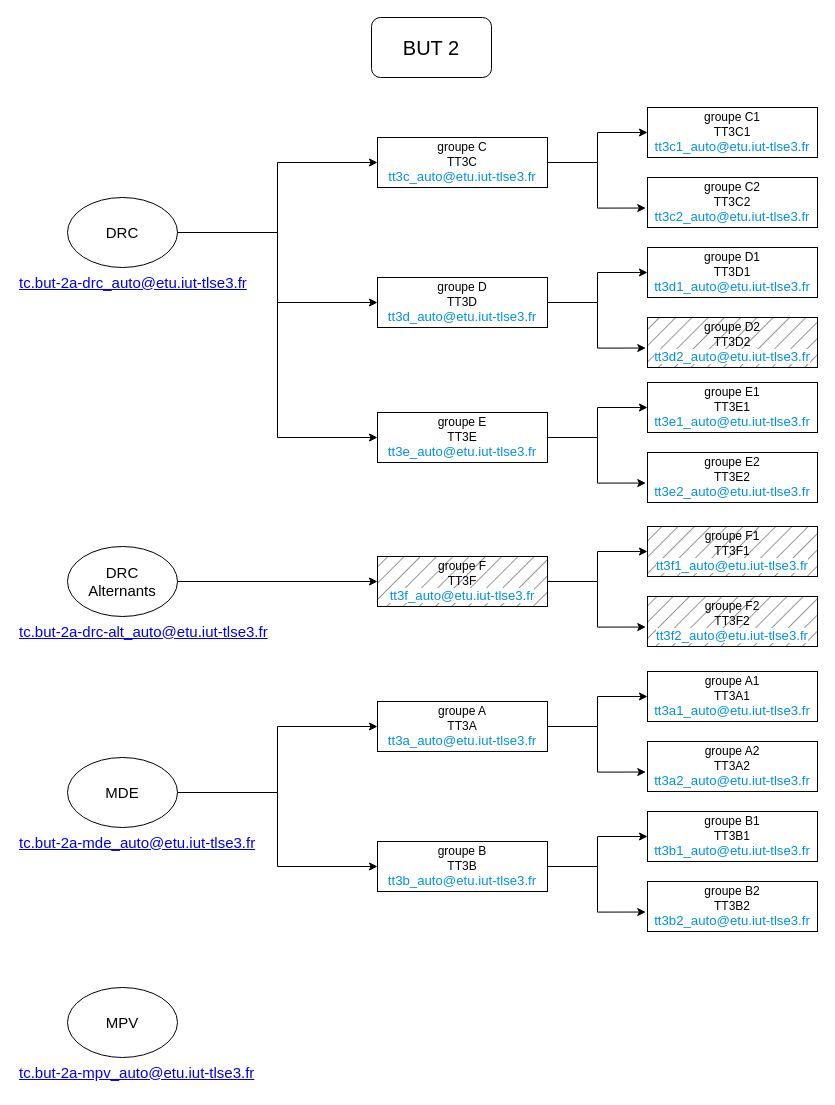
Above: BUT2.drawio in gI7DUmmY/diagrams (draw.io), before the change. Source tidied: cells renumbered, new cells numbered last; positions are measured from the earlier drawing's top-left corner, leaving out a move shared by most shapes. Both pictures are drawn from the tidied source at 100%, with x=0, y=0 at pixel (17, 17).
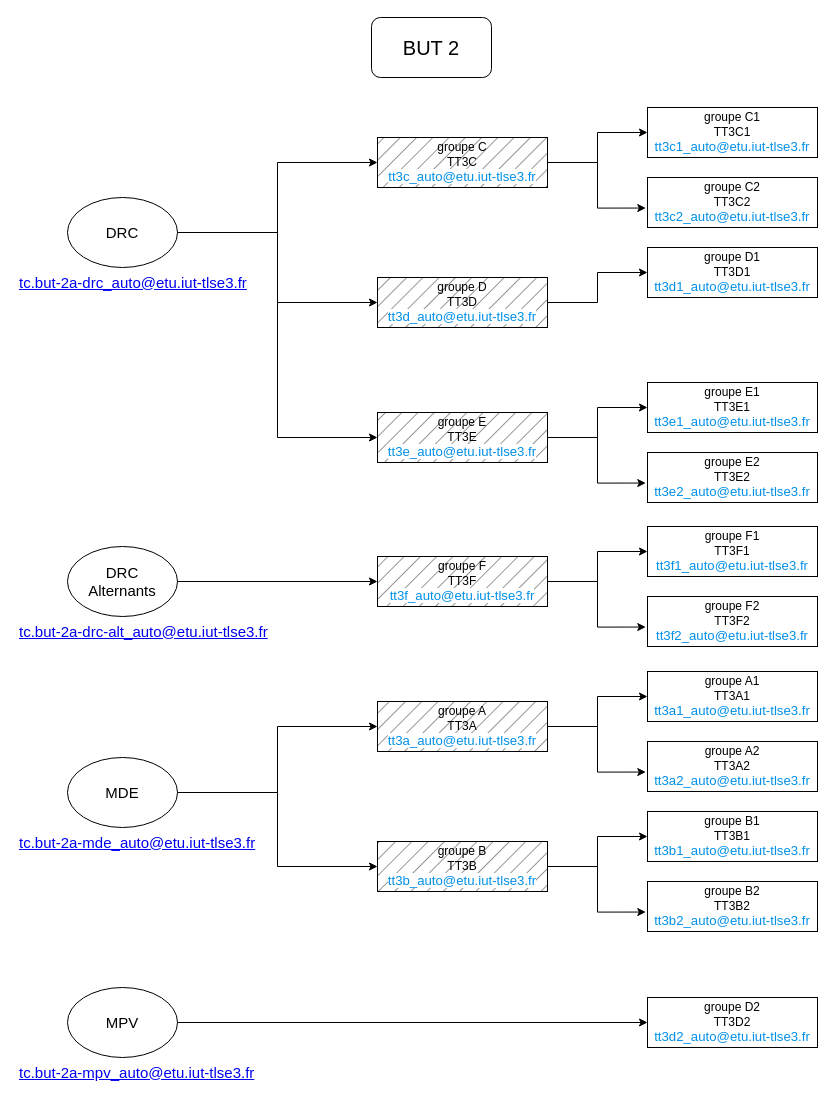
Above is the later version.

Commit message:
Mettre à jour BUT2.drawio

The change refers to these unchanged cells:
```xml
<mxCell id="45" value="MPV" style="ellipse;whiteSpace=wrap;html=1;fontSize=15;" parent="1" vertex="1">
  <mxGeometry x="50" y="970" width="110" height="70" as="geometry" />
</mxCell>
```

The edit, as a diff of the source:
```diff
@@
-    <mxCell id="15" value="groupe C&lt;br style=&quot;border-color: var(--border-color);&quot;&gt;TT3C&lt;br style=&quot;border-color: var(--border-color);&quot;&gt;&lt;a style=&quot;border: 0px; box-sizing: inherit; font-family: Raleway, sans-serif; font-size: 1.1em; background-color: rgb(255, 255, 255); line-height: inherit; color: rgb(0, 144, 233); text-decoration-line: none; cursor: pointer; margin: 0px; padding: 0px; text-size-adjust: 100%; font-variant-numeric: inherit; font-variant-east-asian: inherit; font-variant-alternates: inherit; font-variant-position: inherit; font-stretch: inherit; font-optical-sizing: inherit; font-kerning: inherit; font-feature-settings: inherit; font-variation-settings: inherit; vertical-align: baseline; transition: background-color 300ms ease-out 0s; -webkit-tap-highlight-color: rgba(0, 0, 0, 0); text-align: left;&quot; href=&quot;mailto:tt3c_auto@etu.iut-tlse3.fr&quot;&gt;tt3c_auto@etu.iut-tlse3.fr&lt;/a&gt;" style="rounded=0;whiteSpace=wrap;html=1;" parent="1" vertex="1">
+    <mxCell id="15" value="groupe C&lt;br style=&quot;border-color: var(--border-color);&quot;&gt;TT3C&lt;br style=&quot;border-color: var(--border-color);&quot;&gt;&lt;a style=&quot;border: 0px; box-sizing: inherit; font-family: Raleway, sans-serif; font-size: 1.1em; background-color: rgb(255, 255, 255); line-height: inherit; color: rgb(0, 144, 233); text-decoration-line: none; cursor: pointer; margin: 0px; padding: 0px; text-size-adjust: 100%; font-variant-numeric: inherit; font-variant-east-asian: inherit; font-variant-alternates: inherit; font-variant-position: inherit; font-stretch: inherit; font-optical-sizing: inherit; font-kerning: inherit; font-feature-settings: inherit; font-variation-settings: inherit; vertical-align: baseline; transition: background-color 300ms ease-out 0s; -webkit-tap-highlight-color: rgba(0, 0, 0, 0); text-align: left;&quot; href=&quot;mailto:tt3c_auto@etu.iut-tlse3.fr&quot;&gt;tt3c_auto@etu.iut-tlse3.fr&lt;/a&gt;" style="rounded=0;whiteSpace=wrap;html=1;fillStyle=hatch;fillColor=#747474;" parent="1" vertex="1">
       <mxGeometry x="360" y="120" width="170" height="50" as="geometry" />
     </mxCell>
@@
-    <mxCell id="20" value="groupe D&lt;br style=&quot;border-color: var(--border-color);&quot;&gt;TT3D&lt;br style=&quot;border-color: var(--border-color);&quot;&gt;&lt;a style=&quot;border: 0px; box-sizing: inherit; font-family: Raleway, sans-serif; font-size: 1.1em; background-color: rgb(255, 255, 255); line-height: inherit; color: rgb(0, 144, 233); text-decoration-line: none; cursor: pointer; margin: 0px; padding: 0px; text-size-adjust: 100%; font-variant-numeric: inherit; font-variant-east-asian: inherit; font-variant-alternates: inherit; font-variant-position: inherit; font-stretch: inherit; font-optical-sizing: inherit; font-kerning: inherit; font-feature-settings: inherit; font-variation-settings: inherit; vertical-align: baseline; transition: background-color 300ms ease-out 0s; -webkit-tap-highlight-color: rgba(0, 0, 0, 0); text-align: left;&quot; href=&quot;mailto:tt3d_auto@etu.iut-tlse3.fr&quot;&gt;tt3d_auto@etu.iut-tlse3.fr&lt;/a&gt;" style="rounded=0;whiteSpace=wrap;html=1;" parent="1" vertex="1">
+    <mxCell id="20" value="groupe D&lt;br style=&quot;border-color: var(--border-color);&quot;&gt;TT3D&lt;br style=&quot;border-color: var(--border-color);&quot;&gt;&lt;a style=&quot;border: 0px; box-sizing: inherit; font-family: Raleway, sans-serif; font-size: 1.1em; background-color: rgb(255, 255, 255); line-height: inherit; color: rgb(0, 144, 233); text-decoration-line: none; cursor: pointer; margin: 0px; padding: 0px; text-size-adjust: 100%; font-variant-numeric: inherit; font-variant-east-asian: inherit; font-variant-alternates: inherit; font-variant-position: inherit; font-stretch: inherit; font-optical-sizing: inherit; font-kerning: inherit; font-feature-settings: inherit; font-variation-settings: inherit; vertical-align: baseline; transition: background-color 300ms ease-out 0s; -webkit-tap-highlight-color: rgba(0, 0, 0, 0); text-align: left;&quot; href=&quot;mailto:tt3d_auto@etu.iut-tlse3.fr&quot;&gt;tt3d_auto@etu.iut-tlse3.fr&lt;/a&gt;" style="rounded=0;whiteSpace=wrap;html=1;fillStyle=hatch;fillColor=#747474;" parent="1" vertex="1">
       <mxGeometry x="360" y="260" width="170" height="50" as="geometry" />
     </mxCell>
@@
-    <mxCell id="22" value="groupe D2&lt;br style=&quot;border-color: var(--border-color);&quot;&gt;TT3D2&lt;br style=&quot;border-color: var(--border-color);&quot;&gt;&lt;a style=&quot;box-sizing: inherit; font-family: Raleway, sans-serif; font-size: 1.1em; background-color: rgb(255, 255, 255); line-height: inherit; color: rgb(0, 144, 233); text-decoration-line: none; cursor: pointer; margin: 0px; padding: 0px; border: 0px; text-size-adjust: 100%; font-variant-numeric: inherit; font-variant-east-asian: inherit; font-variant-alternates: inherit; font-variant-position: inherit; font-stretch: inherit; font-optical-sizing: inherit; font-kerning: inherit; font-feature-settings: inherit; font-variation-settings: inherit; vertical-align: baseline; transition: background-color 300ms ease-out 0s; -webkit-tap-highlight-color: rgba(0, 0, 0, 0); text-align: left;&quot; href=&quot;mailto:tt3d2_auto@etu.iut-tlse3.fr&quot;&gt;tt3d2_auto@etu.iut-tlse3.fr&lt;/a&gt;" style="rounded=0;whiteSpace=wrap;html=1;fillStyle=hatch;fillColor=#747474;" parent="1" vertex="1">
-      <mxGeometry x="630" y="300" width="170" height="50" as="geometry" />
-    </mxCell>
-    <mxCell id="23" style="edgeStyle=orthogonalEdgeStyle;rounded=0;jettySize=auto;html=1;exitX=1;exitY=0.5;exitDx=0;exitDy=0;entryX=-0.01;entryY=0.611;entryDx=0;entryDy=0;entryPerimeter=0;" parent="1" edge="1" source="20" target="22">
-      <mxGeometry relative="1" as="geometry" />
-    </mxCell>
@@
-    <mxCell id="26" value="groupe E&lt;br style=&quot;border-color: var(--border-color);&quot;&gt;TT3E&lt;br style=&quot;border-color: var(--border-color);&quot;&gt;&lt;a style=&quot;border: 0px; box-sizing: inherit; font-family: Raleway, sans-serif; font-size: 1.1em; background-color: rgb(255, 255, 255); line-height: inherit; color: rgb(0, 144, 233); text-decoration-line: none; cursor: pointer; margin: 0px; padding: 0px; text-size-adjust: 100%; font-variant-numeric: inherit; font-variant-east-asian: inherit; font-variant-alternates: inherit; font-variant-position: inherit; font-stretch: inherit; font-optical-sizing: inherit; font-kerning: inherit; font-feature-settings: inherit; font-variation-settings: inherit; vertical-align: baseline; transition: background-color 300ms ease-out 0s; -webkit-tap-highlight-color: rgba(0, 0, 0, 0); text-align: left;&quot; href=&quot;mailto:tt3e_auto@etu.iut-tlse3.fr&quot;&gt;tt3e_auto@etu.iut-tlse3.fr&lt;/a&gt;" style="rounded=0;whiteSpace=wrap;html=1;" parent="1" vertex="1">
+    <mxCell id="26" value="groupe E&lt;br style=&quot;border-color: var(--border-color);&quot;&gt;TT3E&lt;br style=&quot;border-color: var(--border-color);&quot;&gt;&lt;a style=&quot;border: 0px; box-sizing: inherit; font-family: Raleway, sans-serif; font-size: 1.1em; background-color: rgb(255, 255, 255); line-height: inherit; color: rgb(0, 144, 233); text-decoration-line: none; cursor: pointer; margin: 0px; padding: 0px; text-size-adjust: 100%; font-variant-numeric: inherit; font-variant-east-asian: inherit; font-variant-alternates: inherit; font-variant-position: inherit; font-stretch: inherit; font-optical-sizing: inherit; font-kerning: inherit; font-feature-settings: inherit; font-variation-settings: inherit; vertical-align: baseline; transition: background-color 300ms ease-out 0s; -webkit-tap-highlight-color: rgba(0, 0, 0, 0); text-align: left;&quot; href=&quot;mailto:tt3e_auto@etu.iut-tlse3.fr&quot;&gt;tt3e_auto@etu.iut-tlse3.fr&lt;/a&gt;" style="rounded=0;whiteSpace=wrap;html=1;fillStyle=hatch;fillColor=#747474;" parent="1" vertex="1">
       <mxGeometry x="360" y="395" width="170" height="50" as="geometry" />
     </mxCell>
@@
-    <mxCell id="32" value="groupe F1&lt;br style=&quot;border-color: var(--border-color);&quot;&gt;TT3F1&lt;br style=&quot;border-color: var(--border-color);&quot;&gt;&lt;a style=&quot;box-sizing: inherit; font-family: Raleway, sans-serif; font-size: 1.1em; background-color: rgb(255, 255, 255); line-height: inherit; color: rgb(0, 144, 233); text-decoration-line: none; cursor: pointer; margin: 0px; padding: 0px; border: 0px; text-size-adjust: 100%; font-variant-numeric: inherit; font-variant-east-asian: inherit; font-variant-alternates: inherit; font-variant-position: inherit; font-stretch: inherit; font-optical-sizing: inherit; font-kerning: inherit; font-feature-settings: inherit; font-variation-settings: inherit; vertical-align: baseline; transition: background-color 300ms ease-out; -webkit-tap-highlight-color: rgba(0, 0, 0, 0); text-align: left;&quot; href=&quot;mailto:tt3f1_auto@etu.iut-tlse3.fr&quot;&gt;tt3f1_auto@etu.iut-tlse3.fr&lt;/a&gt;" style="rounded=0;whiteSpace=wrap;html=1;fillStyle=hatch;fillColor=#747474;" parent="1" vertex="1">
+    <mxCell id="32" value="groupe F1&lt;br style=&quot;border-color: var(--border-color);&quot;&gt;TT3F1&lt;br style=&quot;border-color: var(--border-color);&quot;&gt;&lt;a style=&quot;box-sizing: inherit; font-family: Raleway, sans-serif; font-size: 1.1em; background-color: rgb(255, 255, 255); line-height: inherit; color: rgb(0, 144, 233); text-decoration-line: none; cursor: pointer; margin: 0px; padding: 0px; border: 0px; text-size-adjust: 100%; font-variant-numeric: inherit; font-variant-east-asian: inherit; font-variant-alternates: inherit; font-variant-position: inherit; font-stretch: inherit; font-optical-sizing: inherit; font-kerning: inherit; font-feature-settings: inherit; font-variation-settings: inherit; vertical-align: baseline; transition: background-color 300ms ease-out; -webkit-tap-highlight-color: rgba(0, 0, 0, 0); text-align: left;&quot; href=&quot;mailto:tt3f1_auto@etu.iut-tlse3.fr&quot;&gt;tt3f1_auto@etu.iut-tlse3.fr&lt;/a&gt;" style="rounded=0;whiteSpace=wrap;html=1;fillStyle=hatch;fillColor=none;" parent="1" vertex="1">
       <mxGeometry x="630" y="509" width="170" height="50" as="geometry" />
     </mxCell>
-    <mxCell id="33" value="groupe F2&lt;br style=&quot;border-color: var(--border-color);&quot;&gt;TT3F2&lt;br style=&quot;border-color: var(--border-color);&quot;&gt;&lt;a href=&quot;mailto:tt3f2_auto@etu.iut-tlse3.fr&quot; style=&quot;box-sizing: inherit; font-family: Raleway, sans-serif; font-size: 1.1em; background-color: rgb(255, 255, 255); line-height: inherit; color: rgb(0, 144, 233); text-decoration-line: none; cursor: pointer; margin: 0px; padding: 0px; border: 0px; text-size-adjust: 100%; font-variant-numeric: inherit; font-variant-east-asian: inherit; font-variant-alternates: inherit; font-variant-position: inherit; font-stretch: inherit; font-optical-sizing: inherit; font-kerning: inherit; font-feature-settings: inherit; font-variation-settings: inherit; vertical-align: baseline; transition: background-color 300ms ease-out; -webkit-tap-highlight-color: rgba(0, 0, 0, 0); text-align: left;&quot;&gt;tt3f2_auto@etu.iut-tlse3.fr&lt;/a&gt;" style="rounded=0;whiteSpace=wrap;html=1;fillStyle=hatch;fillColor=#747474;" parent="1" vertex="1">
+    <mxCell id="33" value="groupe F2&lt;br style=&quot;border-color: var(--border-color);&quot;&gt;TT3F2&lt;br style=&quot;border-color: var(--border-color);&quot;&gt;&lt;a href=&quot;mailto:tt3f2_auto@etu.iut-tlse3.fr&quot; style=&quot;box-sizing: inherit; font-family: Raleway, sans-serif; font-size: 1.1em; background-color: rgb(255, 255, 255); line-height: inherit; color: rgb(0, 144, 233); text-decoration-line: none; cursor: pointer; margin: 0px; padding: 0px; border: 0px; text-size-adjust: 100%; font-variant-numeric: inherit; font-variant-east-asian: inherit; font-variant-alternates: inherit; font-variant-position: inherit; font-stretch: inherit; font-optical-sizing: inherit; font-kerning: inherit; font-feature-settings: inherit; font-variation-settings: inherit; vertical-align: baseline; transition: background-color 300ms ease-out; -webkit-tap-highlight-color: rgba(0, 0, 0, 0); text-align: left;&quot;&gt;tt3f2_auto@etu.iut-tlse3.fr&lt;/a&gt;" style="rounded=0;whiteSpace=wrap;html=1;fillStyle=hatch;fillColor=none;" parent="1" vertex="1">
       <mxGeometry x="630" y="579" width="170" height="50" as="geometry" />
     </mxCell>
@@
-    <mxCell id="36" value="groupe A&lt;br style=&quot;border-color: var(--border-color);&quot;&gt;TT3A&lt;br style=&quot;border-color: var(--border-color);&quot;&gt;&lt;a style=&quot;border: 0px; box-sizing: inherit; font-family: Raleway, sans-serif; font-size: 1.1em; background-color: rgb(255, 255, 255); line-height: inherit; color: rgb(0, 144, 233); text-decoration-line: none; cursor: pointer; margin: 0px; padding: 0px; text-size-adjust: 100%; font-variant-numeric: inherit; font-variant-east-asian: inherit; font-variant-alternates: inherit; font-variant-position: inherit; font-stretch: inherit; font-optical-sizing: inherit; font-kerning: inherit; font-feature-settings: inherit; font-variation-settings: inherit; vertical-align: baseline; transition: background-color 300ms ease-out 0s; -webkit-tap-highlight-color: rgba(0, 0, 0, 0); text-align: left;&quot; href=&quot;mailto:tt3a_auto@etu.iut-tlse3.fr&quot;&gt;tt3a_auto@etu.iut-tlse3.fr&lt;/a&gt;" style="rounded=0;whiteSpace=wrap;html=1;" parent="1" vertex="1">
+    <mxCell id="36" value="groupe A&lt;br style=&quot;border-color: var(--border-color);&quot;&gt;TT3A&lt;br style=&quot;border-color: var(--border-color);&quot;&gt;&lt;a style=&quot;border: 0px; box-sizing: inherit; font-family: Raleway, sans-serif; font-size: 1.1em; background-color: rgb(255, 255, 255); line-height: inherit; color: rgb(0, 144, 233); text-decoration-line: none; cursor: pointer; margin: 0px; padding: 0px; text-size-adjust: 100%; font-variant-numeric: inherit; font-variant-east-asian: inherit; font-variant-alternates: inherit; font-variant-position: inherit; font-stretch: inherit; font-optical-sizing: inherit; font-kerning: inherit; font-feature-settings: inherit; font-variation-settings: inherit; vertical-align: baseline; transition: background-color 300ms ease-out 0s; -webkit-tap-highlight-color: rgba(0, 0, 0, 0); text-align: left;&quot; href=&quot;mailto:tt3a_auto@etu.iut-tlse3.fr&quot;&gt;tt3a_auto@etu.iut-tlse3.fr&lt;/a&gt;" style="rounded=0;whiteSpace=wrap;html=1;fillStyle=hatch;fillColor=#747474;" parent="1" vertex="1">
       <mxGeometry x="360" y="684" width="170" height="50" as="geometry" />
     </mxCell>
@@
-    <mxCell id="41" value="groupe B&lt;br style=&quot;border-color: var(--border-color);&quot;&gt;TT3B&lt;br style=&quot;border-color: var(--border-color);&quot;&gt;&lt;a style=&quot;border: 0px; box-sizing: inherit; font-family: Raleway, sans-serif; font-size: 1.1em; background-color: rgb(255, 255, 255); line-height: inherit; color: rgb(0, 144, 233); text-decoration-line: none; cursor: pointer; margin: 0px; padding: 0px; text-size-adjust: 100%; font-variant-numeric: inherit; font-variant-east-asian: inherit; font-variant-alternates: inherit; font-variant-position: inherit; font-stretch: inherit; font-optical-sizing: inherit; font-kerning: inherit; font-feature-settings: inherit; font-variation-settings: inherit; vertical-align: baseline; transition: background-color 300ms ease-out 0s; -webkit-tap-highlight-color: rgba(0, 0, 0, 0); text-align: left;&quot; href=&quot;mailto:tt3b_auto@etu.iut-tlse3.fr&quot;&gt;tt3b_auto@etu.iut-tlse3.fr&lt;/a&gt;" style="rounded=0;whiteSpace=wrap;html=1;" parent="1" vertex="1">
+    <mxCell id="41" value="groupe B&lt;br style=&quot;border-color: var(--border-color);&quot;&gt;TT3B&lt;br style=&quot;border-color: var(--border-color);&quot;&gt;&lt;a style=&quot;border: 0px; box-sizing: inherit; font-family: Raleway, sans-serif; font-size: 1.1em; background-color: rgb(255, 255, 255); line-height: inherit; color: rgb(0, 144, 233); text-decoration-line: none; cursor: pointer; margin: 0px; padding: 0px; text-size-adjust: 100%; font-variant-numeric: inherit; font-variant-east-asian: inherit; font-variant-alternates: inherit; font-variant-position: inherit; font-stretch: inherit; font-optical-sizing: inherit; font-kerning: inherit; font-feature-settings: inherit; font-variation-settings: inherit; vertical-align: baseline; transition: background-color 300ms ease-out 0s; -webkit-tap-highlight-color: rgba(0, 0, 0, 0); text-align: left;&quot; href=&quot;mailto:tt3b_auto@etu.iut-tlse3.fr&quot;&gt;tt3b_auto@etu.iut-tlse3.fr&lt;/a&gt;" style="rounded=0;whiteSpace=wrap;html=1;fillStyle=hatch;fillColor=#747474;" parent="1" vertex="1">
       <mxGeometry x="360" y="824" width="170" height="50" as="geometry" />
     </mxCell>
@@
+    <mxCell id="47" style="edgeStyle=orthogonalEdgeStyle;rounded=0;jettySize=auto;html=1;exitX=1;exitY=0.5;exitDx=0;exitDy=0;entryX=0;entryY=0.5;entryDx=0;entryDy=0;" parent="1" edge="1" source="45" target="22">
+      <mxGeometry relative="1" as="geometry" />
+    </mxCell>
@@
+    <mxCell id="22" value="groupe D2&lt;br style=&quot;border-color: var(--border-color);&quot;&gt;TT3D2&lt;br style=&quot;border-color: var(--border-color);&quot;&gt;&lt;a href=&quot;mailto:tt3d2_auto@etu.iut-tlse3.fr&quot; style=&quot;box-sizing: inherit; font-family: Raleway, sans-serif; font-size: 1.1em; background-color: rgb(255, 255, 255); line-height: inherit; color: rgb(0, 144, 233); text-decoration-line: none; cursor: pointer; margin: 0px; padding: 0px; border: 0px; text-size-adjust: 100%; font-variant-numeric: inherit; font-variant-east-asian: inherit; font-variant-alternates: inherit; font-variant-position: inherit; font-stretch: inherit; font-optical-sizing: inherit; font-kerning: inherit; font-feature-settings: inherit; font-variation-settings: inherit; vertical-align: baseline; transition: background-color 300ms ease-out 0s; -webkit-tap-highlight-color: rgba(0, 0, 0, 0); text-align: left;&quot;&gt;tt3d2_auto@etu.iut-tlse3.fr&lt;/a&gt;" style="rounded=0;whiteSpace=wrap;html=1;fillStyle=hatch;fillColor=none;" parent="1" vertex="1">
+      <mxGeometry x="630" y="980" width="170" height="50" as="geometry" />
+    </mxCell>
```
